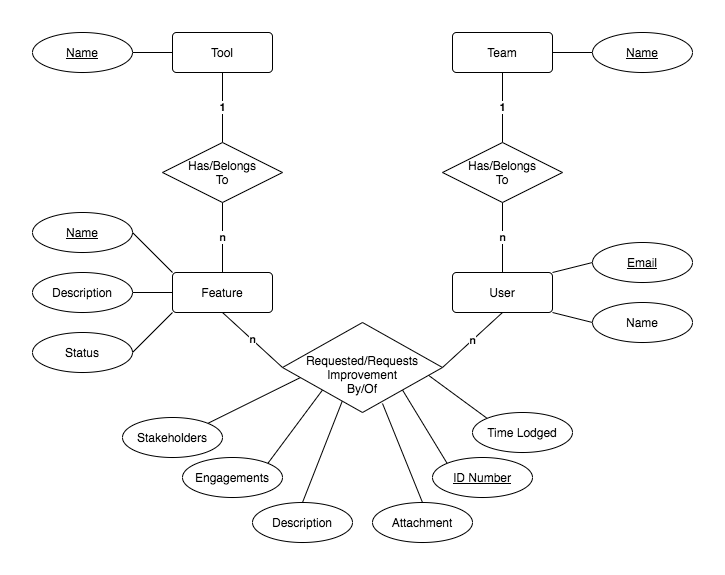
The draw.io diagram docs/DB Entity Rel Model.png in cpanzenbock/Fraudtech-Web-Activity, before a commit. Source tidied: cells renumbered, new cells last; positions are measured from the earlier drawing's top-left corner, leaving out a move shared by most shapes.
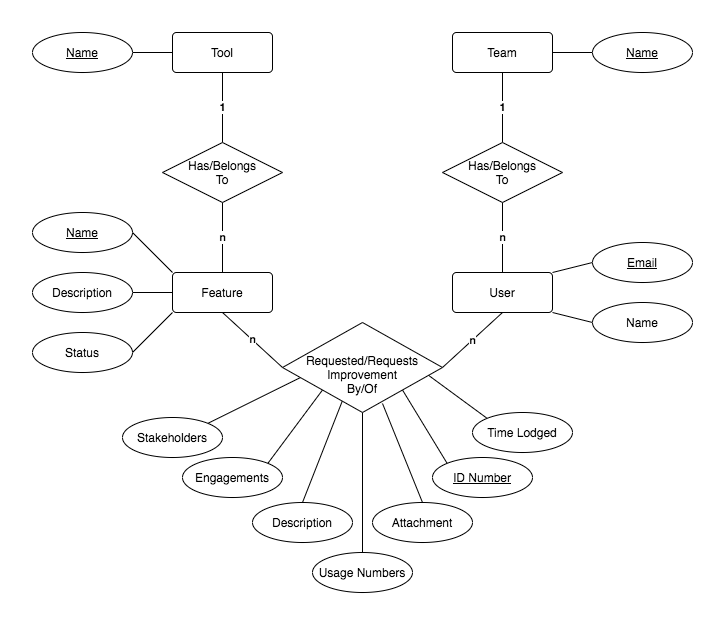
After the commit.

Commit message:
Added Usage Numbers into Design

The edit, as a diff of the source:
```diff
@@ -116,8 +116,14 @@
     <mxCell id="39" value="Attachment" style="ellipse;whiteSpace=wrap;html=1;align=center;" parent="1" vertex="1">
       <mxGeometry x="340" y="470" width="100" height="40" as="geometry" />
     </mxCell>
+    <mxCell id="41" style="edgeStyle=orthogonalEdgeStyle;rounded=0;jettySize=auto;html=1;exitX=0.5;exitY=1;exitDx=0;exitDy=0;entryX=0.5;entryY=0;entryDx=0;entryDy=0;endArrow=none;endFill=0;" parent="1" edge="1" source="40" target="42">
+      <mxGeometry relative="1" as="geometry" />
+    </mxCell>
     <mxCell id="40" value="Requested/Requests&lt;br&gt;Improvement&lt;br&gt;By/Of&lt;br&gt;&lt;font color=&quot;#ffffff&quot;&gt;_&lt;/font&gt;" style="shape=rhombus;perimeter=rhombusPerimeter;whiteSpace=wrap;html=1;align=center;verticalAlign=bottom;" parent="1" vertex="1">
       <mxGeometry x="250" y="290" width="160" height="90" as="geometry" />
     </mxCell>
+    <mxCell id="42" value="Usage Numbers" style="ellipse;whiteSpace=wrap;html=1;align=center;" parent="1" vertex="1">
+      <mxGeometry x="280" y="520" width="100" height="40" as="geometry" />
+    </mxCell>
   </root>
 </mxGraphModel>
```
